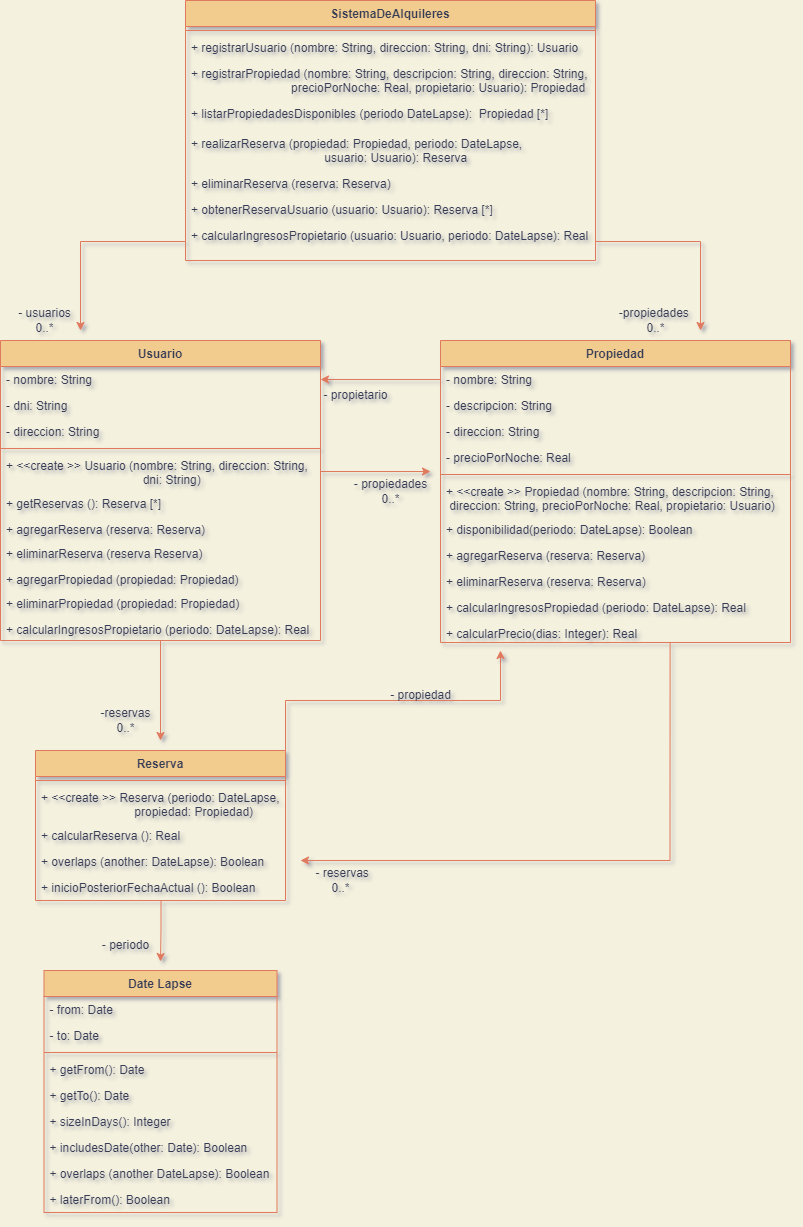
agusrnfr/OO1 keeps this draw.io diagram as PRACTICAS/UML/Ejercicio15UML.png. Above is the earlier version. Source tidied: cells renumbered, new cells last; positions are measured from the earlier drawing's top-left corner, leaving out a move shared by most shapes.
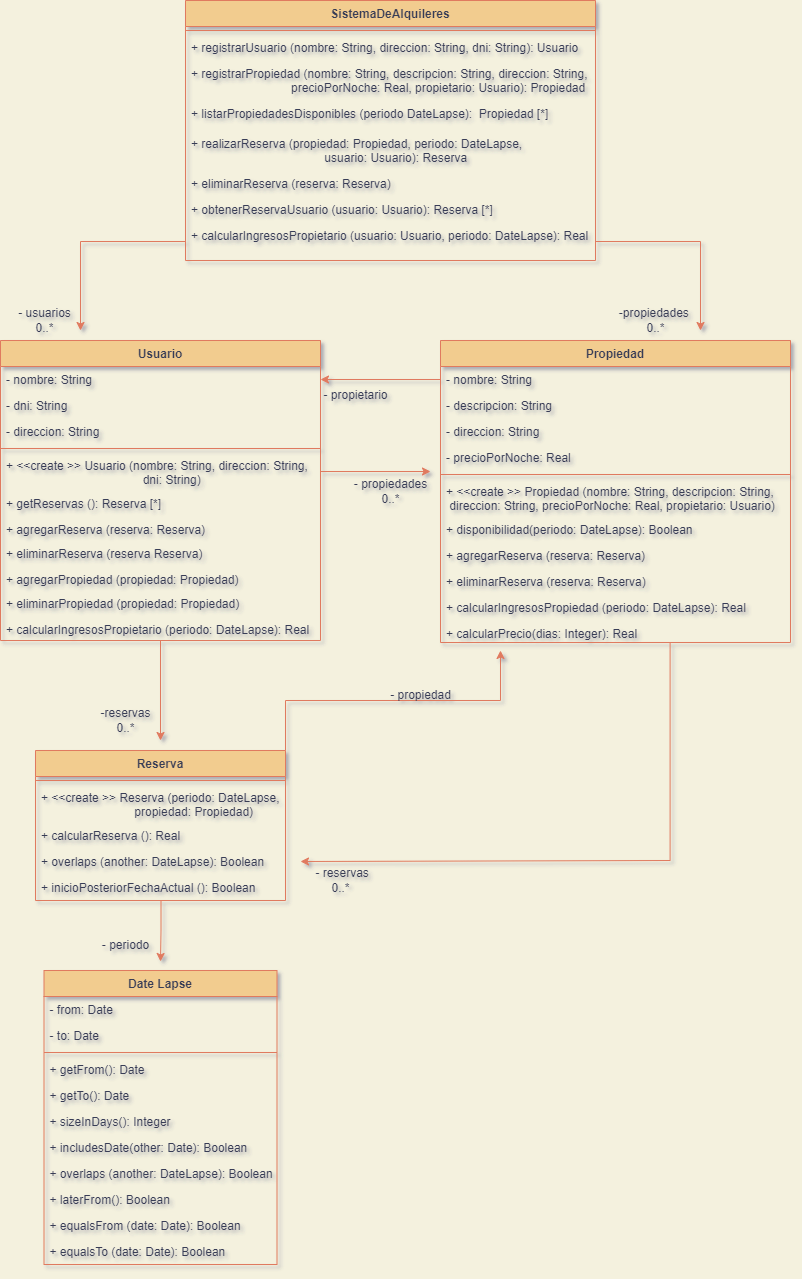
The same diagram one commit later.

Diff of the diagram source:
```diff
@@ -128,7 +128,7 @@
       <mxGeometry x="90" y="700" width="70" height="40" as="geometry" />
     </mxCell>
     <mxCell id="43" value="Date Lapse" style="swimlane;fontStyle=1;align=center;verticalAlign=top;horizontal=1;startSize=26;fillColor=#F2CC8F;strokeColor=#E07A5F;fontColor=#393C56;" parent="1" vertex="1">
-      <mxGeometry x="43.5" y="970" width="233" height="242" as="geometry" />
+      <mxGeometry x="43.5" y="970" width="233" height="294" as="geometry" />
     </mxCell>
     <mxCell id="44" value="- from: Date" style="text;strokeColor=none;fillColor=none;align=left;verticalAlign=top;spacingLeft=4;spacingRight=4;overflow=hidden;fontColor=#393C56;" parent="43" vertex="1">
       <mxGeometry y="26" width="233" height="26" as="geometry" />
@@ -151,12 +151,18 @@
     <mxCell id="50" value="+ includesDate(other: Date): Boolean" style="text;strokeColor=none;fillColor=none;align=left;verticalAlign=top;spacingLeft=4;spacingRight=4;overflow=hidden;fontColor=#393C56;" parent="43" vertex="1">
       <mxGeometry y="164" width="233" height="26" as="geometry" />
     </mxCell>
-    <mxCell id="51" value="+ overlaps (another DateLapse): Boolean" style="text;strokeColor=none;fillColor=none;align=left;verticalAlign=top;spacingLeft=4;spacingRight=4;overflow=hidden;fontColor=#393C56;" parent="43" vertex="1">
+    <mxCell id="51" value="+ overlaps (another: DateLapse): Boolean" style="text;strokeColor=none;fillColor=none;align=left;verticalAlign=top;spacingLeft=4;spacingRight=4;overflow=hidden;fontColor=#393C56;" parent="43" vertex="1">
       <mxGeometry y="190" width="233" height="26" as="geometry" />
     </mxCell>
     <mxCell id="52" value="+ laterFrom(): Boolean" style="text;strokeColor=none;fillColor=none;align=left;verticalAlign=top;spacingLeft=4;spacingRight=4;overflow=hidden;fontColor=#393C56;" parent="43" vertex="1">
       <mxGeometry y="216" width="233" height="26" as="geometry" />
     </mxCell>
+    <mxCell id="67" value="+ equalsFrom (date: Date): Boolean" style="text;strokeColor=none;fillColor=none;align=left;verticalAlign=top;spacingLeft=4;spacingRight=4;overflow=hidden;fontColor=#393C56;" parent="43" vertex="1">
+      <mxGeometry y="242" width="233" height="26" as="geometry" />
+    </mxCell>
+    <mxCell id="68" value="+ equalsTo (date: Date): Boolean" style="text;strokeColor=none;fillColor=none;align=left;verticalAlign=top;spacingLeft=4;spacingRight=4;overflow=hidden;fontColor=#393C56;" parent="43" vertex="1">
+      <mxGeometry y="268" width="233" height="26" as="geometry" />
+    </mxCell>
     <mxCell id="53" value="- periodo" style="text;html=1;align=center;verticalAlign=middle;strokeColor=none;fillColor=none;fontColor=#393C56;" parent="1" vertex="1">
       <mxGeometry x="90" y="930" width="70" height="30" as="geometry" />
     </mxCell>
```
